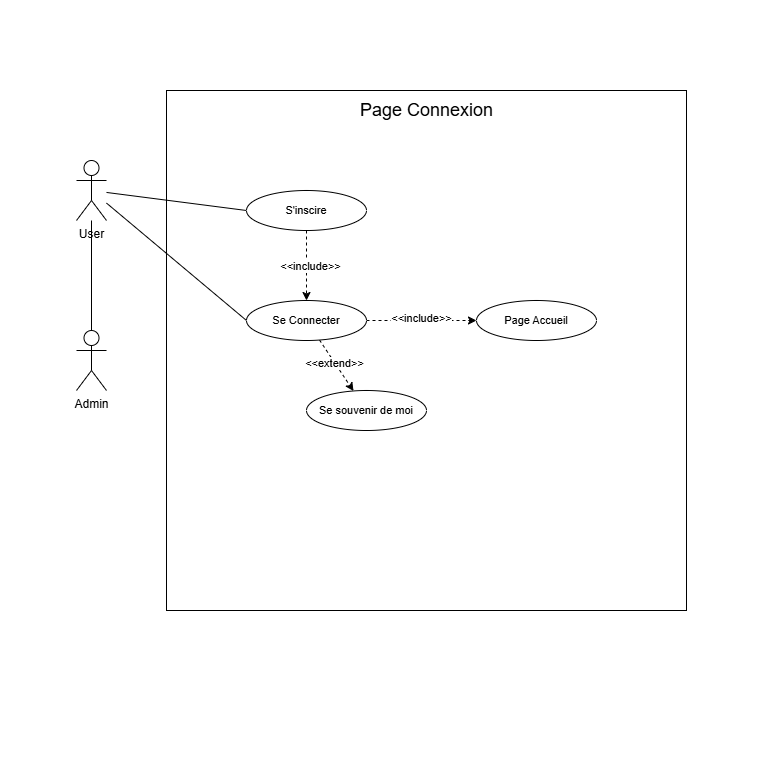
The draw.io diagram diagram use case page_connexion.drawio.png in Mathistrg/Styx, before a commit. Source tidied: cells renumbered, new cells last; positions are measured from the earlier drawing's top-left corner, leaving out a move shared by most shapes.
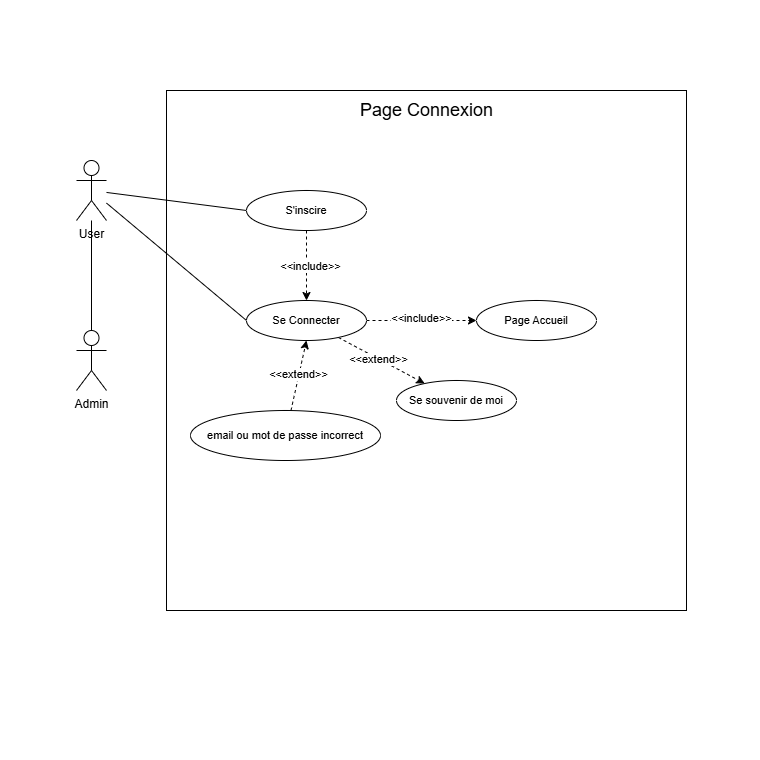
Above is the later version.

Commit message:
Mettre à jour diagram use case page_connexion.drawio.png

Change to the diagram source:
```diff
@@ -53,10 +53,19 @@
       <mxGeometry x="246" y="300" width="120" height="40" as="geometry" />
     </mxCell>
     <mxCell id="18" value="Se souvenir de moi" style="ellipse;whiteSpace=wrap;html=1;fontFamily=Helvetica;fontSize=11;fontColor=default;labelBackgroundColor=default;" parent="1" vertex="1">
-      <mxGeometry x="306" y="390" width="120" height="40" as="geometry" />
+      <mxGeometry x="396" y="380" width="120" height="40" as="geometry" />
     </mxCell>
     <mxCell id="19" value="Page Accueil" style="ellipse;whiteSpace=wrap;html=1;fontFamily=Helvetica;fontSize=11;fontColor=default;labelBackgroundColor=default;" parent="1" vertex="1">
       <mxGeometry x="476" y="300" width="120" height="40" as="geometry" />
     </mxCell>
+    <mxCell id="20" style="edgeStyle=none;shape=connector;rounded=0;jettySize=auto;html=1;entryX=0.5;entryY=1;entryDx=0;entryDy=0;dashed=1;strokeColor=default;align=center;verticalAlign=middle;fontFamily=Helvetica;fontSize=11;fontColor=default;labelBackgroundColor=default;endArrow=classic;endFill=1;" parent="1" edge="1" source="22" target="17">
+      <mxGeometry relative="1" as="geometry" />
+    </mxCell>
+    <mxCell id="21" value="&amp;lt;&amp;lt;extend&amp;gt;&amp;gt;" style="edgeLabel;html=1;align=center;verticalAlign=middle;fontFamily=Helvetica;fontSize=11;fontColor=default;labelBackgroundColor=default;" parent="20" vertex="1">
+      <mxGeometry x="0.05" y="1" relative="1" as="geometry" />
+    </mxCell>
+    <mxCell id="22" value="email ou mot de passe incorrect" style="ellipse;whiteSpace=wrap;html=1;fontFamily=Helvetica;fontSize=11;fontColor=default;labelBackgroundColor=default;" parent="1" vertex="1">
+      <mxGeometry x="190" y="410" width="190" height="50" as="geometry" />
+    </mxCell>
   </root>
 </mxGraphModel>
```
